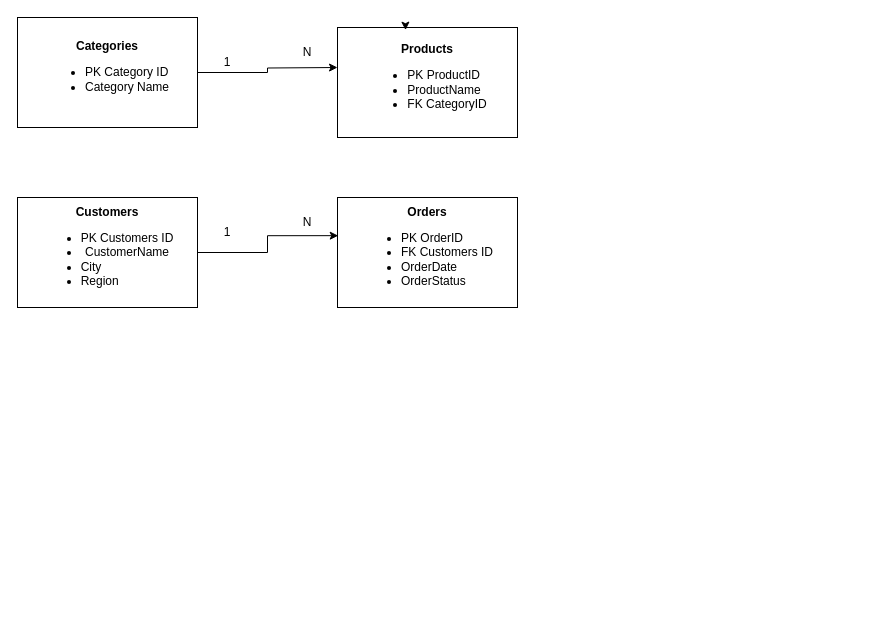
loyemagba/ERD keeps this draw.io diagram as Untitled Diagram.drawio. Above is the earlier version. Source tidied: cells renumbered, new cells numbered last; positions are measured from the earlier drawing's top-left corner, leaving out a move shared by most shapes. Both pictures are drawn from the tidied source at 100%, with x=0, y=0 at pixel (17, 17).
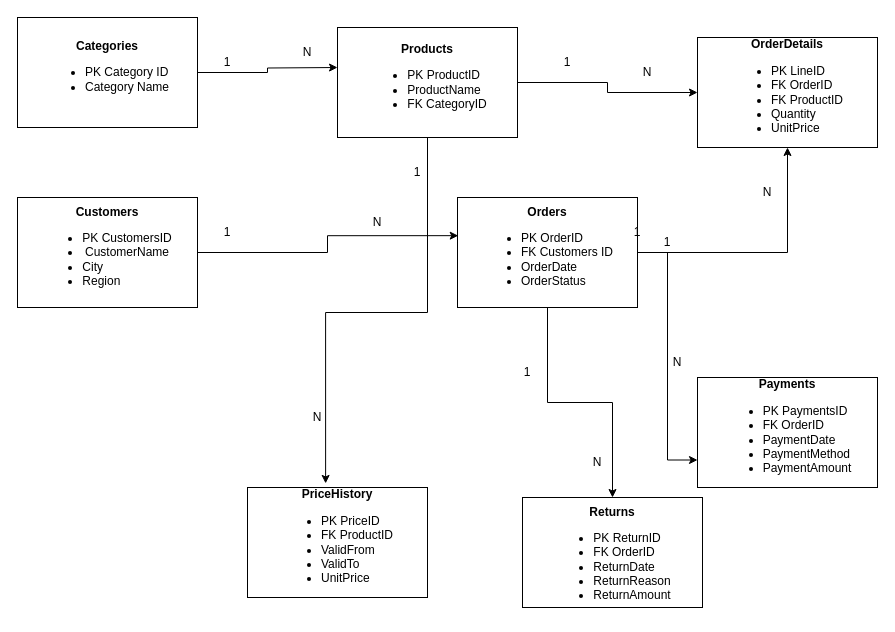
After the change.

Unchanged cells that the change refers to:
```xml
<mxCell id="4" value="&lt;b&gt;Products&lt;/b&gt;&lt;br&gt;&lt;div&gt;&lt;ul&gt;&lt;li style=&quot;text-align: left;&quot;&gt;PK ProductID&lt;/li&gt;&lt;li style=&quot;text-align: left;&quot;&gt;ProductName&lt;/li&gt;&lt;li&gt;FK CategoryID&lt;/li&gt;&lt;/ul&gt;&lt;/div&gt;" style="rounded=0;whiteSpace=wrap;html=1;" parent="1" vertex="1">
  <mxGeometry x="320" y="10" width="180" height="110" as="geometry" />
</mxCell>
```

Change to the diagram source:
```diff
@@
+    <mxCell id="13" style="edgeStyle=orthogonalEdgeStyle;rounded=0;jettySize=auto;html=1;entryX=0;entryY=0.5;entryDx=0;entryDy=0;defaultLabelBackgroundColor=page;labelPadding=0 4;" parent="1" edge="1" source="4" target="18">
+      <mxGeometry relative="1" as="geometry" />
+    </mxCell>
@@
-    <mxCell id="7" style="edgeStyle=orthogonalEdgeStyle;rounded=0;orthogonalLoop=1;jettySize=auto;html=1;innerLoopWaypoints=1;exitX=0.5;exitY=0;exitDx=0;exitDy=0;entryX=0.378;entryY=0.024;entryDx=0;entryDy=0;entryPerimeter=0;defaultLabelBackgroundColor=page;labelPadding=0 4;" parent="1" edge="1" source="4" target="4">
-      <mxGeometry relative="1" as="geometry" />
-    </mxCell>
-    <mxCell id="8" value="&lt;b&gt;Customers&lt;/b&gt;&lt;div&gt;&lt;ul&gt;&lt;li style=&quot;text-align: left;&quot;&gt;PK Customers ID&lt;/li&gt;&lt;li&gt;CustomerName&lt;/li&gt;&lt;li style=&quot;text-align: left;&quot;&gt;City&lt;/li&gt;&lt;li style=&quot;text-align: left;&quot;&gt;Region&lt;/li&gt;&lt;/ul&gt;&lt;/div&gt;" style="rounded=0;whiteSpace=wrap;html=1;" parent="1" vertex="1">
+    <mxCell id="8" value="&lt;b&gt;Customers&lt;/b&gt;&lt;div&gt;&lt;ul&gt;&lt;li style=&quot;text-align: left;&quot;&gt;PK CustomersID&lt;/li&gt;&lt;li&gt;CustomerName&lt;/li&gt;&lt;li style=&quot;text-align: left;&quot;&gt;City&lt;/li&gt;&lt;li style=&quot;text-align: left;&quot;&gt;Region&lt;/li&gt;&lt;/ul&gt;&lt;/div&gt;" style="rounded=0;whiteSpace=wrap;html=1;" parent="1" vertex="1">
       <mxGeometry y="180" width="180" height="110" as="geometry" />
     </mxCell>
+    <mxCell id="14" style="edgeStyle=orthogonalEdgeStyle;rounded=0;jettySize=auto;html=1;entryX=0.5;entryY=1;entryDx=0;entryDy=0;defaultLabelBackgroundColor=page;labelPadding=0 4;" parent="1" edge="1" source="9" target="18">
+      <mxGeometry relative="1" as="geometry" />
+    </mxCell>
+    <mxCell id="15" style="edgeStyle=orthogonalEdgeStyle;rounded=0;jettySize=auto;html=1;entryX=0.5;entryY=0;entryDx=0;entryDy=0;defaultLabelBackgroundColor=page;labelPadding=0 4;" parent="1" edge="1" source="9" target="25">
+      <mxGeometry relative="1" as="geometry" />
+    </mxCell>
+    <mxCell id="16" style="edgeStyle=orthogonalEdgeStyle;rounded=0;jettySize=auto;html=1;entryX=0;entryY=0.75;entryDx=0;entryDy=0;defaultLabelBackgroundColor=page;labelPadding=0 4;" parent="1" edge="1" source="9" target="17">
+      <mxGeometry relative="1" as="geometry" />
+    </mxCell>
     <mxCell id="9" value="&lt;b&gt;Orders&lt;/b&gt;&lt;div&gt;&lt;ul&gt;&lt;li style=&quot;text-align: left;&quot;&gt;PK OrderID&lt;/li&gt;&lt;li style=&quot;text-align: left;&quot;&gt;FK Customers ID&lt;/li&gt;&lt;li style=&quot;text-align: left;&quot;&gt;OrderDate&lt;/li&gt;&lt;li style=&quot;text-align: left;&quot;&gt;OrderStatus&lt;/li&gt;&lt;/ul&gt;&lt;/div&gt;" style="rounded=0;whiteSpace=wrap;html=1;" parent="1" vertex="1">
-      <mxGeometry x="320" y="180" width="180" height="110" as="geometry" />
+      <mxGeometry x="440" y="180" width="180" height="110" as="geometry" />
     </mxCell>
@@
     <mxCell id="12" value="N" style="text;html=1;whiteSpace=wrap;strokeColor=none;fillColor=none;align=center;verticalAlign=middle;rounded=0;" parent="1" vertex="1">
-      <mxGeometry x="260" y="190" width="60" height="30" as="geometry" />
+      <mxGeometry x="330" y="190" width="60" height="30" as="geometry" />
     </mxCell>
+    <mxCell id="17" value="&lt;b&gt;Payments&lt;/b&gt;&lt;div&gt;&lt;ul&gt;&lt;li style=&quot;text-align: left;&quot;&gt;PK PaymentsID&lt;/li&gt;&lt;li style=&quot;text-align: left;&quot;&gt;&lt;span style=&quot;background-color: transparent; color: light-dark(#000000, var(--ge-light-color, #ffffff));&quot;&gt;FK OrderID&lt;/span&gt;&lt;/li&gt;&lt;li style=&quot;text-align: left;&quot;&gt;PaymentDate&lt;/li&gt;&lt;li style=&quot;text-align: left;&quot;&gt;PaymentMethod&lt;/li&gt;&lt;li style=&quot;text-align: left;&quot;&gt;PaymentAmount&lt;/li&gt;&lt;/ul&gt;&lt;/div&gt;" style="rounded=0;whiteSpace=wrap;html=1;" parent="1" vertex="1">
+      <mxGeometry x="680" y="360" width="180" height="110" as="geometry" />
+    </mxCell>
+    <mxCell id="18" value="&lt;b&gt;OrderDetails&lt;/b&gt;&lt;br&gt;&lt;div&gt;&lt;ul&gt;&lt;li style=&quot;text-align: left;&quot;&gt;PK LineID&lt;/li&gt;&lt;li style=&quot;text-align: left;&quot;&gt;FK OrderID&lt;/li&gt;&lt;li style=&quot;text-align: left;&quot;&gt;FK ProductID&lt;/li&gt;&lt;li style=&quot;text-align: left;&quot;&gt;Quantity&lt;/li&gt;&lt;li style=&quot;text-align: left;&quot;&gt;UnitPrice&lt;/li&gt;&lt;/ul&gt;&lt;/div&gt;" style="rounded=0;whiteSpace=wrap;html=1;" parent="1" vertex="1">
+      <mxGeometry x="680" y="20" width="180" height="110" as="geometry" />
+    </mxCell>
+    <mxCell id="19" value="1" style="text;html=1;whiteSpace=wrap;strokeColor=none;fillColor=none;align=center;verticalAlign=middle;rounded=0;" parent="1" vertex="1">
+      <mxGeometry x="590" y="200" width="60" height="30" as="geometry" />
+    </mxCell>
+    <mxCell id="20" value="N" style="text;html=1;whiteSpace=wrap;strokeColor=none;fillColor=none;align=center;verticalAlign=middle;rounded=0;" parent="1" vertex="1">
+      <mxGeometry x="720" y="160" width="60" height="30" as="geometry" />
+    </mxCell>
+    <mxCell id="21" value="N" style="text;html=1;whiteSpace=wrap;strokeColor=none;fillColor=none;align=center;verticalAlign=middle;rounded=0;" parent="1" vertex="1">
+      <mxGeometry x="630" y="330" width="60" height="30" as="geometry" />
+    </mxCell>
+    <mxCell id="22" value="1" style="text;html=1;whiteSpace=wrap;strokeColor=none;fillColor=none;align=center;verticalAlign=middle;rounded=0;" parent="1" vertex="1">
+      <mxGeometry x="520" y="30" width="60" height="30" as="geometry" />
+    </mxCell>
+    <mxCell id="23" value="N" style="text;html=1;whiteSpace=wrap;strokeColor=none;fillColor=none;align=center;verticalAlign=middle;rounded=0;" parent="1" vertex="1">
+      <mxGeometry x="600" y="40" width="60" height="30" as="geometry" />
+    </mxCell>
+    <mxCell id="24" value="&lt;b&gt;PriceHistory&lt;/b&gt;&lt;br&gt;&lt;div&gt;&lt;ul&gt;&lt;li style=&quot;text-align: left;&quot;&gt;PK PriceID&lt;/li&gt;&lt;li style=&quot;text-align: left;&quot;&gt;&lt;span style=&quot;background-color: transparent; color: light-dark(#000000, var(--ge-light-color, #ffffff));&quot;&gt;FK ProductID&lt;/span&gt;&lt;/li&gt;&lt;li style=&quot;text-align: left;&quot;&gt;ValidFrom&lt;/li&gt;&lt;li style=&quot;text-align: left;&quot;&gt;ValidTo&lt;/li&gt;&lt;li style=&quot;text-align: left;&quot;&gt;UnitPrice&lt;/li&gt;&lt;/ul&gt;&lt;/div&gt;" style="rounded=0;whiteSpace=wrap;html=1;" parent="1" vertex="1">
+      <mxGeometry x="230" y="470" width="180" height="110" as="geometry" />
+    </mxCell>
+    <mxCell id="25" value="&lt;div&gt;&lt;b&gt;&lt;br&gt;&lt;/b&gt;&lt;/div&gt;&lt;b&gt;Returns&lt;/b&gt;&lt;div&gt;&lt;div&gt;&lt;ul&gt;&lt;li style=&quot;text-align: left;&quot;&gt;PK ReturnID&lt;/li&gt;&lt;li style=&quot;text-align: left;&quot;&gt;&lt;span style=&quot;background-color: transparent; color: light-dark(#000000, var(--ge-light-color, #ffffff));&quot;&gt;FK OrderID&lt;/span&gt;&lt;/li&gt;&lt;li style=&quot;text-align: left;&quot;&gt;ReturnDate&lt;/li&gt;&lt;li style=&quot;text-align: left;&quot;&gt;ReturnReason&lt;/li&gt;&lt;li style=&quot;text-align: left;&quot;&gt;ReturnAmount&lt;/li&gt;&lt;/ul&gt;&lt;/div&gt;&lt;/div&gt;" style="rounded=0;whiteSpace=wrap;html=1;" parent="1" vertex="1">
+      <mxGeometry x="505" y="480" width="180" height="110" as="geometry" />
+    </mxCell>
+    <mxCell id="26" value="N" style="text;html=1;whiteSpace=wrap;strokeColor=none;fillColor=none;align=center;verticalAlign=middle;rounded=0;" parent="1" vertex="1">
+      <mxGeometry x="550" y="430" width="60" height="30" as="geometry" />
+    </mxCell>
+    <mxCell id="27" style="edgeStyle=orthogonalEdgeStyle;rounded=0;jettySize=auto;html=1;entryX=0.434;entryY=-0.037;entryDx=0;entryDy=0;entryPerimeter=0;defaultLabelBackgroundColor=page;labelPadding=0 4;" parent="1" edge="1" source="4" target="24">
+      <mxGeometry relative="1" as="geometry" />
+    </mxCell>
+    <mxCell id="28" value="1" style="text;html=1;whiteSpace=wrap;strokeColor=none;fillColor=none;align=center;verticalAlign=middle;rounded=0;" parent="1" vertex="1">
+      <mxGeometry x="370" y="140" width="60" height="30" as="geometry" />
+    </mxCell>
+    <mxCell id="29" value="N" style="text;html=1;whiteSpace=wrap;strokeColor=none;fillColor=none;align=center;verticalAlign=middle;rounded=0;" parent="1" vertex="1">
+      <mxGeometry x="270" y="385" width="60" height="30" as="geometry" />
+    </mxCell>
+    <mxCell id="30" value="1" style="text;html=1;whiteSpace=wrap;strokeColor=none;fillColor=none;align=center;verticalAlign=middle;rounded=0;" parent="1" vertex="1">
+      <mxGeometry x="480" y="340" width="60" height="30" as="geometry" />
+    </mxCell>
+    <mxCell id="31" value="1" style="text;html=1;whiteSpace=wrap;strokeColor=none;fillColor=none;align=center;verticalAlign=middle;rounded=0;" parent="1" vertex="1">
+      <mxGeometry x="620" y="210" width="60" height="30" as="geometry" />
+    </mxCell>
```
